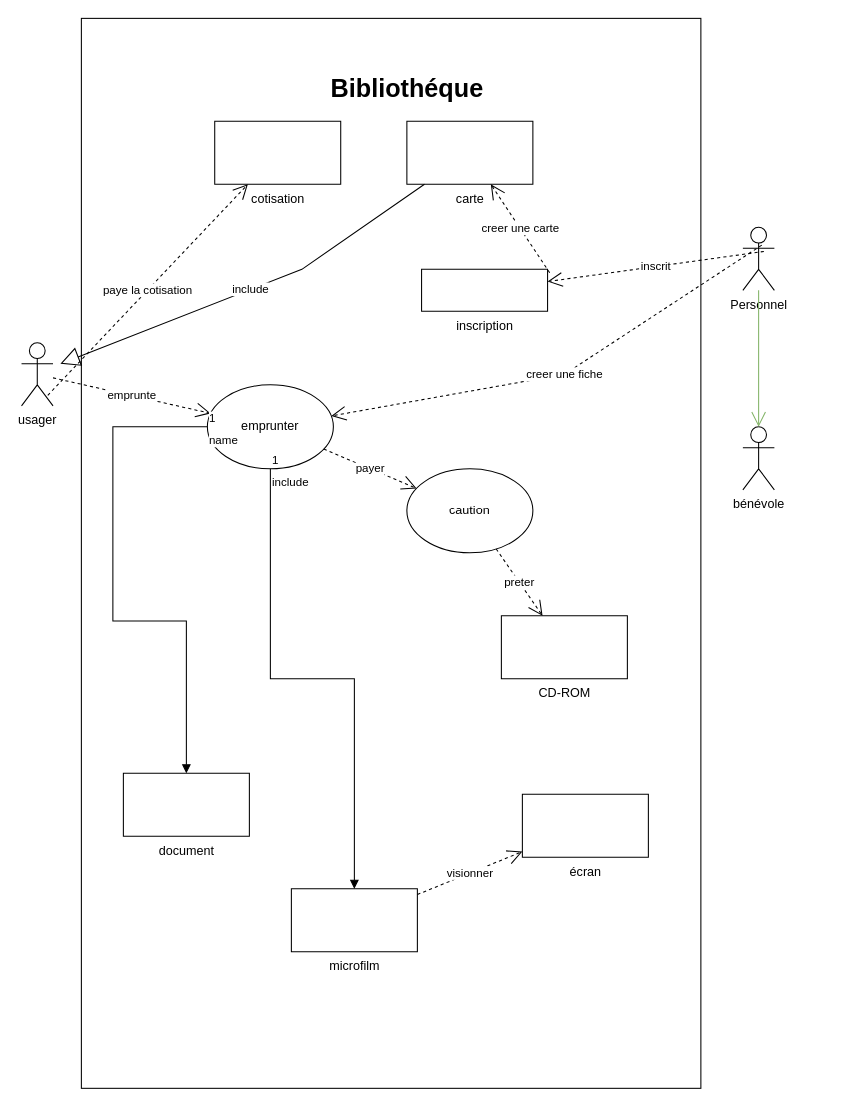
Rustam0-0/cda keeps this draw.io diagram as maquetter_une_application/UML_Partie_1/Untitled Diagram.drawio. Above is the earlier version. Source tidied: cells renumbered, new cells numbered last; positions are measured from the earlier drawing's top-left corner, leaving out a move shared by most shapes. Both pictures are drawn from the tidied source at 105%, with x=0, y=0 at pixel (21, 18).
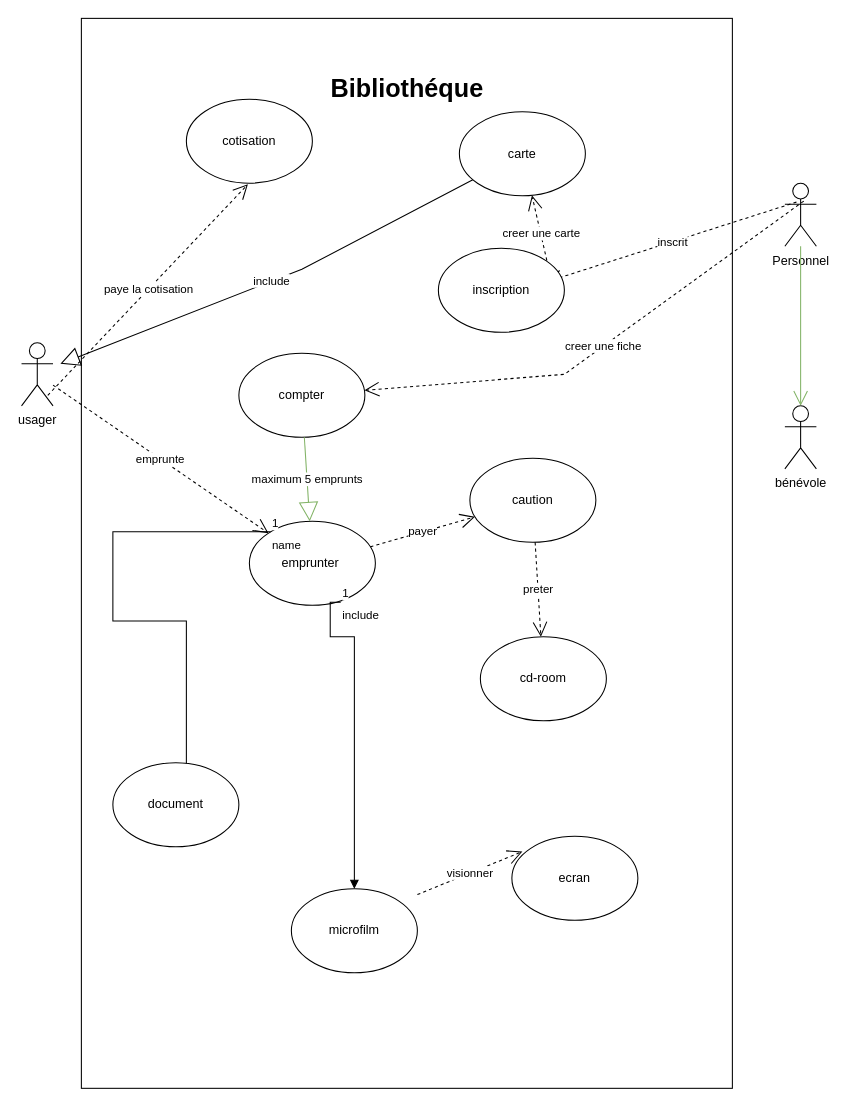
The same diagram, later.

Change to the diagram source:
```diff
@@
     <mxCell id="2" style="rounded=0;whiteSpace=wrap;html=1;direction=south;" parent="1" vertex="1">
-      <mxGeometry x="57" width="590" height="1019" as="geometry" />
+      <mxGeometry x="57" width="620" height="1019" as="geometry" />
     </mxCell>
@@
     <mxCell id="5" value="Personnel" style="shape=umlActor;verticalLabelPosition=bottom;verticalAlign=top;html=1;" parent="1" vertex="1">
-      <mxGeometry x="687" y="199" width="30" height="60" as="geometry" />
+      <mxGeometry x="727" y="157" width="30" height="60" as="geometry" />
     </mxCell>
     <mxCell id="6" value="bénévole" style="shape=umlActor;verticalLabelPosition=bottom;verticalAlign=top;html=1;" parent="1" vertex="1">
-      <mxGeometry x="687" y="389" width="30" height="60" as="geometry" />
+      <mxGeometry x="727" y="369" width="30" height="60" as="geometry" />
     </mxCell>
-    <mxCell id="7" value="inscription" style="verticalLabelPosition=bottom;verticalAlign=top;html=1;shape=mxgraph.basic.rect;fillColor2=none;strokeWidth=1;size=20;indent=5;shadow=0;" parent="1" vertex="1">
-      <mxGeometry x="381" y="239" width="120" height="40" as="geometry" />
-    </mxCell>
-    <mxCell id="8" value="carte" style="verticalLabelPosition=bottom;verticalAlign=top;html=1;shape=mxgraph.basic.rect;fillColor2=none;strokeWidth=1;size=20;indent=5;shadow=0;" parent="1" vertex="1">
-      <mxGeometry x="367" y="98" width="120" height="60" as="geometry" />
-    </mxCell>
-    <mxCell id="9" value="cotisation" style="verticalLabelPosition=bottom;verticalAlign=top;html=1;shape=mxgraph.basic.rect;fillColor2=none;strokeWidth=1;size=20;indent=5;shadow=0;" parent="1" vertex="1">
-      <mxGeometry x="184" y="98" width="120" height="60" as="geometry" />
-    </mxCell>
-    <mxCell id="10" value="CD-ROM" style="verticalLabelPosition=bottom;verticalAlign=top;html=1;shape=mxgraph.basic.rect;fillColor2=none;strokeWidth=1;size=20;indent=5;shadow=0;" parent="1" vertex="1">
-      <mxGeometry x="457" y="569" width="120" height="60" as="geometry" />
-    </mxCell>
-    <mxCell id="11" value="document" style="verticalLabelPosition=bottom;verticalAlign=top;html=1;shape=mxgraph.basic.rect;fillColor2=none;strokeWidth=1;size=20;indent=5;shadow=0;" parent="1" vertex="1">
-      <mxGeometry x="97" y="719" width="120" height="60" as="geometry" />
-    </mxCell>
-    <mxCell id="12" value="microfilm" style="verticalLabelPosition=bottom;verticalAlign=top;html=1;shape=mxgraph.basic.rect;fillColor2=none;strokeWidth=1;size=20;indent=5;shadow=0;" parent="1" vertex="1">
-      <mxGeometry x="257" y="829" width="120" height="60" as="geometry" />
-    </mxCell>
-    <mxCell id="13" value="écran" style="verticalLabelPosition=bottom;verticalAlign=top;html=1;shape=mxgraph.basic.rect;fillColor2=none;strokeWidth=1;size=20;indent=5;shadow=0;" parent="1" vertex="1">
-      <mxGeometry x="477" y="739" width="120" height="60" as="geometry" />
-    </mxCell>
-    <mxCell id="14" value="inscrit" style="endArrow=open;endSize=12;dashed=1;html=1;rounded=0;exitX=0.667;exitY=0.383;exitDx=0;exitDy=0;exitPerimeter=0;" parent="1" edge="1" source="5" target="7">
-      <mxGeometry relative="1" as="geometry" />
+    <mxCell id="14" value="inscrit" style="endArrow=open;endSize=12;dashed=1;html=1;rounded=0;exitX=0.367;exitY=0.3;exitDx=0;exitDy=0;exitPerimeter=0;" parent="1" edge="1" source="5">
+      <mxGeometry relative="1" as="geometry">
+        <mxPoint x="501" y="250.6" as="targetPoint" />
+      </mxGeometry>
     </mxCell>
-    <mxCell id="15" value="creer une carte" style="endArrow=open;endSize=12;dashed=1;html=1;rounded=0;exitX=1.017;exitY=0.083;exitDx=0;exitDy=0;exitPerimeter=0;" parent="1" edge="1" source="7" target="8">
-      <mxGeometry relative="1" as="geometry" />
+    <mxCell id="15" value="creer une carte" style="endArrow=open;endSize=12;dashed=1;html=1;rounded=0;exitX=1.017;exitY=0.083;exitDx=0;exitDy=0;exitPerimeter=0;" parent="1" edge="1" target="8">
+      <mxGeometry relative="1" as="geometry">
+        <mxPoint x="503" y="242.3" as="sourcePoint" />
+      </mxGeometry>
     </mxCell>
-    <mxCell id="16" value="paye la cotisation" style="endArrow=open;endSize=12;dashed=1;html=1;rounded=0;" parent="1" edge="1" target="9">
+    <mxCell id="16" value="paye la cotisation" style="endArrow=open;endSize=12;dashed=1;html=1;rounded=0;" parent="1" edge="1">
       <mxGeometry relative="1" as="geometry">
         <mxPoint x="25" y="359" as="sourcePoint" />
+        <mxPoint x="215.6" y="158" as="targetPoint" />
       </mxGeometry>
     </mxCell>
@@
     <mxCell id="18" value="caution" style="ellipse;whiteSpace=wrap;html=1;shadow=0;" parent="1" vertex="1">
-      <mxGeometry x="367" y="429" width="120" height="80" as="geometry" />
+      <mxGeometry x="427" y="419" width="120" height="80" as="geometry" />
     </mxCell>
-    <mxCell id="19" value="preter" style="endArrow=open;endSize=12;dashed=1;html=1;rounded=0;" parent="1" edge="1" source="18" target="10">
+    <mxCell id="19" value="preter" style="endArrow=open;endSize=12;dashed=1;html=1;rounded=0;" parent="1" edge="1" source="18" target="30">
       <mxGeometry relative="1" as="geometry" />
     </mxCell>
-    <mxCell id="20" value="emprunter" style="ellipse;whiteSpace=wrap;html=1;shadow=0;" parent="1" vertex="1">
-      <mxGeometry x="177" y="349" width="120" height="80" as="geometry" />
+    <mxCell id="20" value="emprunter&amp;nbsp;" style="ellipse;whiteSpace=wrap;html=1;shadow=0;" parent="1" vertex="1">
+      <mxGeometry x="217" y="479" width="120" height="80" as="geometry" />
     </mxCell>
@@
-    <mxCell id="22" value="creer une fiche" style="endArrow=open;endSize=12;dashed=1;html=1;rounded=0;exitX=0.6;exitY=0.283;exitDx=0;exitDy=0;exitPerimeter=0;" parent="1" edge="1" source="5" target="20">
+    <mxCell id="22" value="creer une fiche" style="endArrow=open;endSize=12;dashed=1;html=1;rounded=0;exitX=0.6;exitY=0.283;exitDx=0;exitDy=0;exitPerimeter=0;" parent="1" edge="1" source="5" target="32">
       <mxGeometry relative="1" as="geometry">
         <Array as="points">
           <mxPoint x="517" y="339" />
         </Array>
       </mxGeometry>
     </mxCell>
@@
-    <mxCell id="24" value="visionner" style="endArrow=open;endSize=12;dashed=1;html=1;rounded=0;" parent="1" edge="1" source="12" target="13">
-      <mxGeometry relative="1" as="geometry" />
+    <mxCell id="24" value="visionner" style="endArrow=open;endSize=12;dashed=1;html=1;rounded=0;" parent="1" edge="1">
+      <mxGeometry relative="1" as="geometry">
+        <mxPoint x="377" y="834.5" as="sourcePoint" />
+        <mxPoint x="477" y="793.5" as="targetPoint" />
+      </mxGeometry>
     </mxCell>
-    <mxCell id="25" value="name" style="endArrow=block;endFill=1;html=1;edgeStyle=orthogonalEdgeStyle;align=left;verticalAlign=top;rounded=0;" parent="1" edge="1" source="20" target="11">
+    <mxCell id="25" value="name" style="endArrow=block;endFill=1;html=1;edgeStyle=orthogonalEdgeStyle;align=left;verticalAlign=top;rounded=0;" parent="1" edge="1" source="20">
       <mxGeometry x="-1" relative="1" as="geometry">
+        <mxPoint x="157" y="719" as="targetPoint" />
         <Array as="points">
-          <mxPoint x="87" y="389" />
+          <mxPoint x="87" y="489" />
           <mxPoint x="87" y="574" />
           <mxPoint x="157" y="574" />
         </Array>
       </mxGeometry>
     </mxCell>
@@
-    <mxCell id="28" value="include" style="endArrow=block;endFill=1;html=1;edgeStyle=orthogonalEdgeStyle;align=left;verticalAlign=top;rounded=0;" parent="1" edge="1" source="20" target="12">
-      <mxGeometry x="-1" relative="1" as="geometry" />
+    <mxCell id="28" value="include" style="endArrow=block;endFill=1;html=1;edgeStyle=orthogonalEdgeStyle;align=left;verticalAlign=top;rounded=0;exitX=0.725;exitY=0.963;exitDx=0;exitDy=0;exitPerimeter=0;" parent="1" edge="1" source="20">
+      <mxGeometry x="-1" relative="1" as="geometry">
+        <mxPoint x="317" y="829" as="targetPoint" />
+        <Array as="points">
+          <mxPoint x="294" y="589" />
+          <mxPoint x="317" y="589" />
+        </Array>
+      </mxGeometry>
     </mxCell>
@@
+    <mxCell id="9" value="cotisation" style="ellipse;whiteSpace=wrap;html=1;" parent="1" vertex="1">
+      <mxGeometry x="157" y="77" width="120" height="80" as="geometry" />
+    </mxCell>
+    <mxCell id="8" value="carte" style="ellipse;whiteSpace=wrap;html=1;" parent="1" vertex="1">
+      <mxGeometry x="417" y="89" width="120" height="80" as="geometry" />
+    </mxCell>
+    <mxCell id="7" value="inscription" style="ellipse;whiteSpace=wrap;html=1;" parent="1" vertex="1">
+      <mxGeometry x="397" y="219" width="120" height="80" as="geometry" />
+    </mxCell>
+    <mxCell id="30" value="cd-room" style="ellipse;whiteSpace=wrap;html=1;" parent="1" vertex="1">
+      <mxGeometry x="437" y="589" width="120" height="80" as="geometry" />
+    </mxCell>
+    <mxCell id="11" value="document" style="ellipse;whiteSpace=wrap;html=1;" parent="1" vertex="1">
+      <mxGeometry x="87" y="709" width="120" height="80" as="geometry" />
+    </mxCell>
+    <mxCell id="12" value="microfilm" style="ellipse;whiteSpace=wrap;html=1;" parent="1" vertex="1">
+      <mxGeometry x="257" y="829" width="120" height="80" as="geometry" />
+    </mxCell>
+    <mxCell id="31" value="ecran" style="ellipse;whiteSpace=wrap;html=1;" parent="1" vertex="1">
+      <mxGeometry x="467" y="779" width="120" height="80" as="geometry" />
+    </mxCell>
+    <mxCell id="32" value="compter" style="ellipse;whiteSpace=wrap;html=1;" parent="1" vertex="1">
+      <mxGeometry x="207" y="319" width="120" height="80" as="geometry" />
+    </mxCell>
+    <mxCell id="33" value="maximum 5 emprunts" style="endArrow=block;endSize=16;endFill=0;html=1;rounded=0;fillColor=#d5e8d4;strokeColor=#82b366;" parent="1" edge="1" source="32" target="20">
+      <mxGeometry relative="1" as="geometry" />
+    </mxCell>
```
